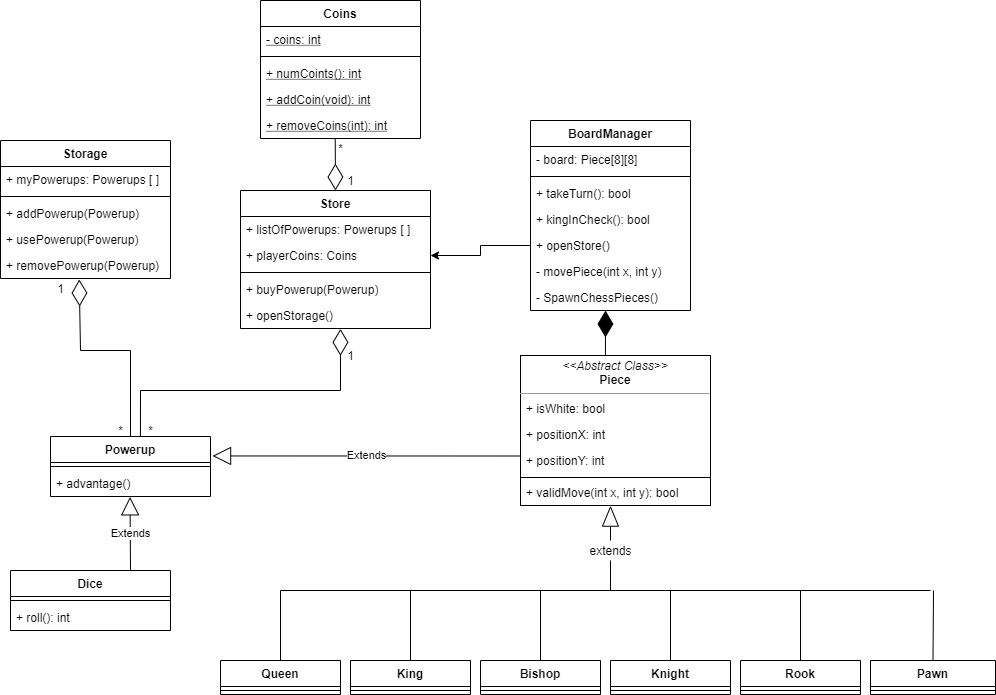
This is Architecture/ClassDiagram.png from KatPrend/ProjCOP, a draw.io export, as it was before one commit. Source tidied: cells renumbered, new cells last; positions are measured from the earlier drawing's top-left corner, leaving out a move shared by most shapes.
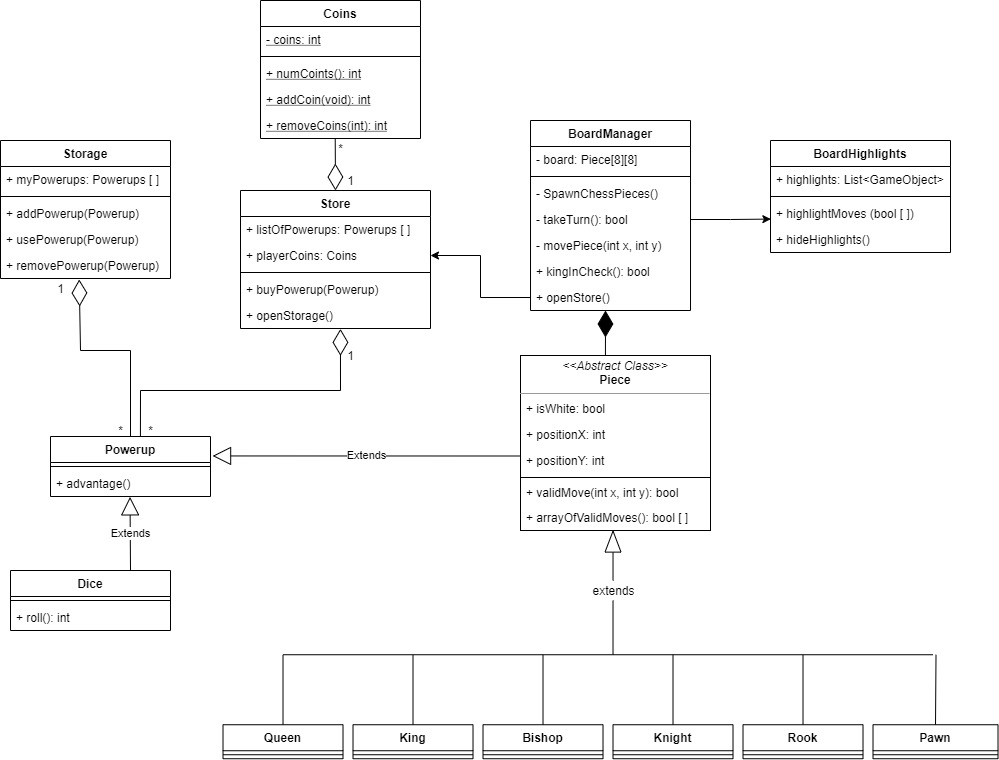
After the commit.

The edit, as a diff of the source:
```diff
@@ -3,37 +3,37 @@
     <mxCell id="0" />
     <mxCell id="1" parent="0" />
     <mxCell id="2" value="Queen" style="swimlane;fontStyle=1;align=center;verticalAlign=top;horizontal=1;startSize=26;" parent="1" vertex="1">
-      <mxGeometry x="220" y="660" width="120" height="34" as="geometry" />
+      <mxGeometry x="222.5" y="724.2" width="120" height="34" as="geometry" />
     </mxCell>
     <mxCell id="3" style="line;strokeWidth=1;fillColor=none;align=left;verticalAlign=middle;spacingTop=-1;spacingLeft=3;spacingRight=3;labelPosition=right;" parent="2" vertex="1">
       <mxGeometry y="26" width="120" height="8" as="geometry" />
     </mxCell>
     <mxCell id="4" value="Knight" style="swimlane;fontStyle=1;align=center;verticalAlign=top;horizontal=1;startSize=26;" parent="1" vertex="1">
-      <mxGeometry x="610" y="660" width="120" height="34" as="geometry" />
+      <mxGeometry x="612.5" y="724.2" width="120" height="34" as="geometry" />
     </mxCell>
     <mxCell id="5" style="line;strokeWidth=1;fillColor=none;align=left;verticalAlign=middle;spacingTop=-1;spacingLeft=3;spacingRight=3;labelPosition=right;" parent="4" vertex="1">
       <mxGeometry y="26" width="120" height="8" as="geometry" />
     </mxCell>
     <mxCell id="6" value="Rook" style="swimlane;fontStyle=1;align=center;verticalAlign=top;horizontal=1;startSize=26;" parent="1" vertex="1">
-      <mxGeometry x="740" y="660" width="120" height="34" as="geometry" />
+      <mxGeometry x="742.5" y="724.2" width="120" height="34" as="geometry" />
     </mxCell>
     <mxCell id="7" style="line;strokeWidth=1;fillColor=none;align=left;verticalAlign=middle;spacingTop=-1;spacingLeft=3;spacingRight=3;labelPosition=right;" parent="6" vertex="1">
       <mxGeometry y="26" width="120" height="8" as="geometry" />
     </mxCell>
     <mxCell id="8" value="King" style="swimlane;fontStyle=1;align=center;verticalAlign=top;horizontal=1;startSize=26;" parent="1" vertex="1">
-      <mxGeometry x="350" y="660" width="120" height="34" as="geometry" />
+      <mxGeometry x="352.5" y="724.2" width="120" height="34" as="geometry" />
     </mxCell>
     <mxCell id="9" style="line;strokeWidth=1;fillColor=none;align=left;verticalAlign=middle;spacingTop=-1;spacingLeft=3;spacingRight=3;labelPosition=right;" parent="8" vertex="1">
       <mxGeometry y="26" width="120" height="8" as="geometry" />
     </mxCell>
     <mxCell id="10" value="Bishop" style="swimlane;fontStyle=1;align=center;verticalAlign=top;horizontal=1;startSize=26;" parent="1" vertex="1">
-      <mxGeometry x="480" y="660" width="120" height="34" as="geometry" />
+      <mxGeometry x="482.5" y="724.2" width="120" height="34" as="geometry" />
     </mxCell>
     <mxCell id="11" style="line;strokeWidth=1;fillColor=none;align=left;verticalAlign=middle;spacingTop=-1;spacingLeft=3;spacingRight=3;labelPosition=right;" parent="10" vertex="1">
       <mxGeometry y="26" width="120" height="8" as="geometry" />
     </mxCell>
     <mxCell id="12" value="Pawn" style="swimlane;fontStyle=1;align=center;verticalAlign=top;horizontal=1;startSize=26;" parent="1" vertex="1">
-      <mxGeometry x="870" y="660" width="125" height="34" as="geometry" />
+      <mxGeometry x="872.5" y="724.2" width="125" height="34" as="geometry" />
     </mxCell>
     <mxCell id="13" style="line;strokeWidth=1;fillColor=none;align=left;verticalAlign=middle;spacingTop=-1;spacingLeft=3;spacingRight=3;labelPosition=right;" parent="12" vertex="1">
       <mxGeometry y="26" width="125" height="8" as="geometry" />
@@ -47,21 +47,21 @@
     <mxCell id="16" style="line;strokeWidth=1;fillColor=none;align=left;verticalAlign=middle;spacingTop=-1;spacingLeft=3;spacingRight=3;labelPosition=right;" parent="14" vertex="1">
       <mxGeometry y="52" width="160" height="8" as="geometry" />
     </mxCell>
+    <mxCell id="21" value="- SpawnChessPieces()" style="text;strokeColor=none;fillColor=none;align=left;verticalAlign=top;spacingLeft=4;spacingRight=4;overflow=hidden;" parent="14" vertex="1">
+      <mxGeometry y="60" width="160" height="26" as="geometry" />
+    </mxCell>
-    <mxCell id="17" value="+ takeTurn(): bool&#10;" style="text;strokeColor=none;fillColor=none;align=left;verticalAlign=top;spacingLeft=4;spacingRight=4;overflow=hidden;points=[[0,0.5],[1,0.5]];portConstraint=eastwest;" parent="14" vertex="1">
-      <mxGeometry y="60" width="160" height="26" as="geometry" />
+    <mxCell id="17" value="- takeTurn(): bool&#10;" style="text;strokeColor=none;fillColor=none;align=left;verticalAlign=top;spacingLeft=4;spacingRight=4;overflow=hidden;points=[[0,0.5],[1,0.5]];portConstraint=eastwest;" parent="14" vertex="1">
+      <mxGeometry y="86" width="160" height="26" as="geometry" />
     </mxCell>
+    <mxCell id="20" value="- movePiece(int x, int y)" style="text;strokeColor=none;fillColor=none;align=left;verticalAlign=top;spacingLeft=4;spacingRight=4;overflow=hidden;" parent="14" vertex="1">
+      <mxGeometry y="112" width="160" height="26" as="geometry" />
+    </mxCell>
     <mxCell id="18" value="+ kingInCheck(): bool" style="text;strokeColor=none;fillColor=none;align=left;verticalAlign=top;spacingLeft=4;spacingRight=4;overflow=hidden;" parent="14" vertex="1">
-      <mxGeometry y="86" width="160" height="26" as="geometry" />
+      <mxGeometry y="138" width="160" height="26" as="geometry" />
     </mxCell>
     <mxCell id="19" value="+ openStore()" style="text;strokeColor=none;fillColor=none;align=left;verticalAlign=top;spacingLeft=4;spacingRight=4;overflow=hidden;points=[[0,0.5],[1,0.5]];portConstraint=eastwest;" parent="14" vertex="1">
-      <mxGeometry y="112" width="160" height="26" as="geometry" />
+      <mxGeometry y="164" width="160" height="26" as="geometry" />
     </mxCell>
-    <mxCell id="20" value="- movePiece(int x, int y)" style="text;strokeColor=none;fillColor=none;align=left;verticalAlign=top;spacingLeft=4;spacingRight=4;overflow=hidden;" parent="14" vertex="1">
-      <mxGeometry y="138" width="160" height="26" as="geometry" />
-    </mxCell>
-    <mxCell id="21" value="- SpawnChessPieces()" style="text;strokeColor=none;fillColor=none;align=left;verticalAlign=top;spacingLeft=4;spacingRight=4;overflow=hidden;" parent="14" vertex="1">
-      <mxGeometry y="164" width="160" height="26" as="geometry" />
-    </mxCell>
     <mxCell id="22" value="Store" style="swimlane;fontStyle=1;align=center;verticalAlign=top;horizontal=1;startSize=26;" parent="1" vertex="1">
       <mxGeometry x="240" y="190" width="190" height="138" as="geometry" />
     </mxCell>
@@ -118,52 +118,52 @@
     </mxCell>
     <mxCell id="40" style="endArrow=none;html=1;exitX=0.5;exitY=0;exitDx=0;exitDy=0;" parent="1" edge="1" source="8">
       <mxGeometry relative="1" as="geometry">
-        <mxPoint x="410" y="590" as="targetPoint" />
+        <mxPoint x="412.5" y="654.2" as="targetPoint" />
       </mxGeometry>
     </mxCell>
     <mxCell id="41" style="endArrow=none;html=1;exitX=0.5;exitY=0;exitDx=0;exitDy=0;" parent="1" edge="1" source="2">
       <mxGeometry relative="1" as="geometry">
-        <mxPoint x="280" y="590" as="targetPoint" />
+        <mxPoint x="282.5" y="654.2" as="targetPoint" />
       </mxGeometry>
     </mxCell>
     <mxCell id="42" style="endArrow=none;html=1;exitX=0.5;exitY=0;exitDx=0;exitDy=0;" parent="1" edge="1" source="10">
       <mxGeometry relative="1" as="geometry">
-        <mxPoint x="540" y="590" as="targetPoint" />
+        <mxPoint x="542.5" y="654.2" as="targetPoint" />
       </mxGeometry>
     </mxCell>
     <mxCell id="43" style="endArrow=none;html=1;exitX=0.5;exitY=0;exitDx=0;exitDy=0;" parent="1" edge="1" source="4">
       <mxGeometry relative="1" as="geometry">
-        <mxPoint x="670" y="590" as="targetPoint" />
+        <mxPoint x="672.5" y="654.2" as="targetPoint" />
       </mxGeometry>
     </mxCell>
     <mxCell id="44" style="endArrow=none;html=1;exitX=0.5;exitY=0;exitDx=0;exitDy=0;" parent="1" edge="1" source="6">
       <mxGeometry relative="1" as="geometry">
-        <mxPoint x="800" y="590" as="targetPoint" />
+        <mxPoint x="802.5" y="654.2" as="targetPoint" />
       </mxGeometry>
     </mxCell>
     <mxCell id="45" style="endArrow=none;html=1;exitX=0.5;exitY=0;exitDx=0;exitDy=0;" parent="1" edge="1" source="12">
       <mxGeometry relative="1" as="geometry">
-        <mxPoint x="933" y="590" as="targetPoint" />
+        <mxPoint x="935.5" y="654.2" as="targetPoint" />
       </mxGeometry>
     </mxCell>
     <mxCell id="46" style="endArrow=none;html=1;" parent="1" edge="1">
       <mxGeometry relative="1" as="geometry">
-        <mxPoint x="280" y="590" as="sourcePoint" />
-        <mxPoint x="930" y="590" as="targetPoint" />
+        <mxPoint x="282.5" y="654.2" as="sourcePoint" />
+        <mxPoint x="932.5" y="654.2" as="targetPoint" />
       </mxGeometry>
     </mxCell>
     <mxCell id="47" style="endArrow=none;html=1;entryX=0;entryY=0.5;entryDx=0;entryDy=0;" parent="1" edge="1" source="49" target="48">
       <mxGeometry relative="1" as="geometry" />
     </mxCell>
     <mxCell id="48" style="triangle;whiteSpace=wrap;html=1;rotation=-90;" parent="1" vertex="1">
-      <mxGeometry x="600.3" y="508.1" width="19.4" height="16" as="geometry" />
+      <mxGeometry x="602" y="533.1" width="21.1" height="16" as="geometry" />
     </mxCell>
     <mxCell id="49" value="extends" style="text;html=1;align=center;verticalAlign=middle;points=[];" parent="1" vertex="1">
-      <mxGeometry x="580" y="540" width="60" height="20" as="geometry" />
+      <mxGeometry x="582.5" y="580" width="60" height="20" as="geometry" />
     </mxCell>
     <mxCell id="50" style="endArrow=none;html=1;" parent="1" edge="1" target="49">
       <mxGeometry relative="1" as="geometry">
-        <mxPoint x="610" y="590" as="sourcePoint" />
+        <mxPoint x="612.5" y="654.2" as="sourcePoint" />
       </mxGeometry>
     </mxCell>
     <mxCell id="51" style="endArrow=diamondThin;endFill=0;endSize=24;html=1;entryX=0.5;entryY=0;entryDx=0;entryDy=0;exitX=0.467;exitY=1.007;exitDx=0;exitDy=0;exitPerimeter=0;" parent="1" edge="1" source="39" target="22">
@@ -255,7 +255,7 @@
       <mxGeometry relative="1" as="geometry" />
     </mxCell>
     <mxCell id="74" value="&lt;p style=&quot;margin: 0px ; margin-top: 4px ; text-align: center&quot;&gt;&lt;i&gt;&amp;lt;&amp;lt;Abstract Class&amp;gt;&amp;gt;&lt;/i&gt;&lt;br&gt;&lt;b&gt;Piece&lt;/b&gt;&lt;/p&gt;&lt;hr size=&quot;1&quot;&gt;&lt;p style=&quot;margin: 0px ; margin-left: 4px&quot;&gt;&lt;br&gt;&lt;/p&gt;" style="verticalAlign=top;align=left;overflow=fill;fontSize=12;fontFamily=Helvetica;html=1;" parent="1" vertex="1">
-      <mxGeometry x="520" y="355" width="190" height="150" as="geometry" />
+      <mxGeometry x="520" y="355" width="190" height="175" as="geometry" />
     </mxCell>
     <mxCell id="75" value="+ isWhite: bool" style="text;strokeColor=none;fillColor=none;align=left;verticalAlign=top;spacingLeft=4;spacingRight=4;overflow=hidden;" parent="1" vertex="1">
       <mxGeometry x="520" y="395" width="170" height="26" as="geometry" />
@@ -272,5 +272,26 @@
     <mxCell id="79" value="+ validMove(int x, int y): bool" style="text;strokeColor=none;fillColor=none;align=left;verticalAlign=top;spacingLeft=4;spacingRight=4;overflow=hidden;" parent="1" vertex="1">
       <mxGeometry x="520" y="479" width="170" height="26" as="geometry" />
     </mxCell>
+    <mxCell id="80" value="+ arrayOfValidMoves(): bool [ ]" style="text;strokeColor=none;fillColor=none;align=left;verticalAlign=top;spacingLeft=4;spacingRight=4;overflow=hidden;" parent="1" vertex="1">
+      <mxGeometry x="520" y="504" width="180" height="26" as="geometry" />
+    </mxCell>
+    <mxCell id="81" value="BoardHighlights" style="swimlane;fontStyle=1;align=center;verticalAlign=top;horizontal=1;startSize=26;" parent="1" vertex="1">
+      <mxGeometry x="770" y="140" width="180" height="112" as="geometry" />
+    </mxCell>
+    <mxCell id="82" value="+ highlights: List&lt;GameObject&gt;" style="text;strokeColor=none;fillColor=none;align=left;verticalAlign=top;spacingLeft=4;spacingRight=4;overflow=hidden;" parent="81" vertex="1">
+      <mxGeometry y="26" width="180" height="26" as="geometry" />
+    </mxCell>
+    <mxCell id="83" style="line;strokeWidth=1;fillColor=none;align=left;verticalAlign=middle;spacingTop=-1;spacingLeft=3;spacingRight=3;labelPosition=right;" parent="81" vertex="1">
+      <mxGeometry y="52" width="180" height="8" as="geometry" />
+    </mxCell>
+    <mxCell id="84" value="+ highlightMoves (bool [ ])" style="text;strokeColor=none;fillColor=none;align=left;verticalAlign=top;spacingLeft=4;spacingRight=4;overflow=hidden;points=[[0,0.5],[1,0.5]];portConstraint=eastwest;" parent="81" vertex="1">
+      <mxGeometry y="60" width="180" height="26" as="geometry" />
+    </mxCell>
+    <mxCell id="85" value="+ hideHighlights()" style="text;strokeColor=none;fillColor=none;align=left;verticalAlign=top;spacingLeft=4;spacingRight=4;overflow=hidden;" parent="81" vertex="1">
+      <mxGeometry y="86" width="180" height="26" as="geometry" />
+    </mxCell>
+    <mxCell id="86" style="edgeStyle=orthogonalEdgeStyle;rounded=0;jettySize=auto;html=1;exitX=1;exitY=0.5;exitDx=0;exitDy=0;entryX=0.002;entryY=0.715;entryDx=0;entryDy=0;entryPerimeter=0;" parent="1" edge="1" source="17" target="84">
+      <mxGeometry relative="1" as="geometry" />
+    </mxCell>
   </root>
 </mxGraphModel>
```
